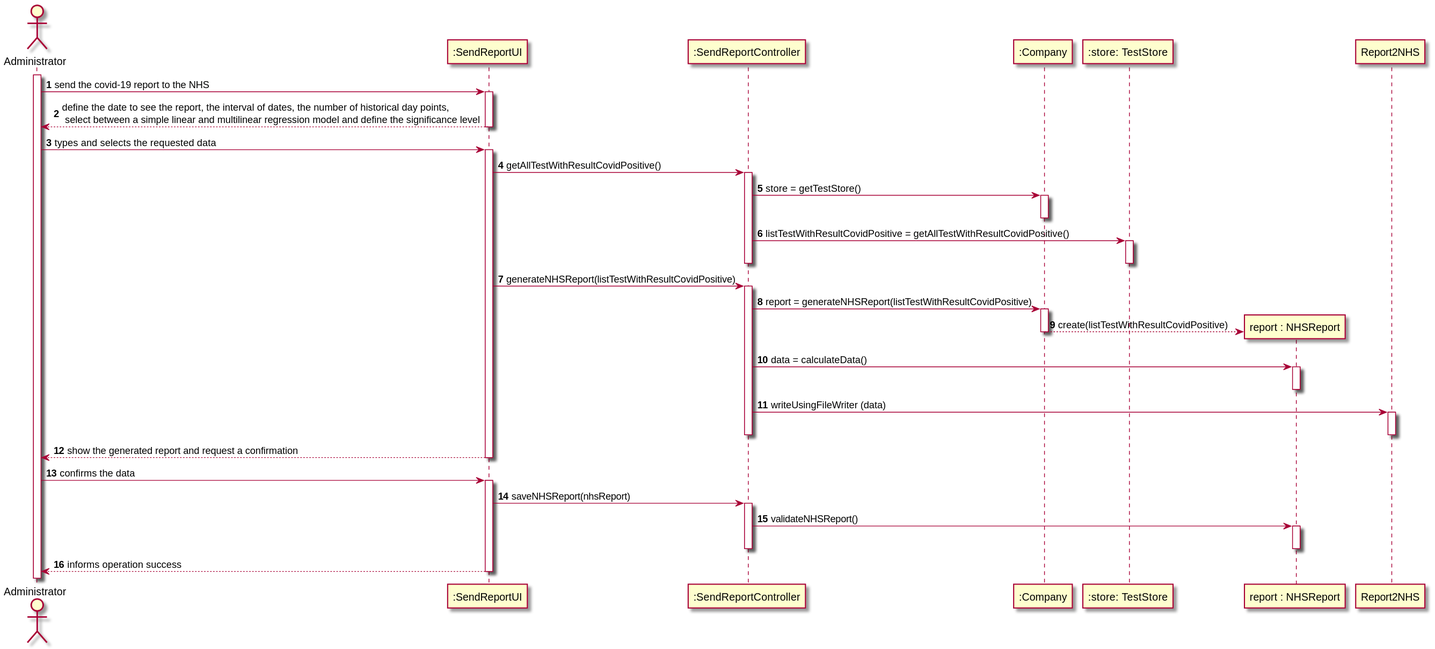
0franciscor/lei-21-s2-1de-g19 keeps this PlantUML diagram as docs/SprintD/US18/US18-SD.svg. Above is the earlier version.
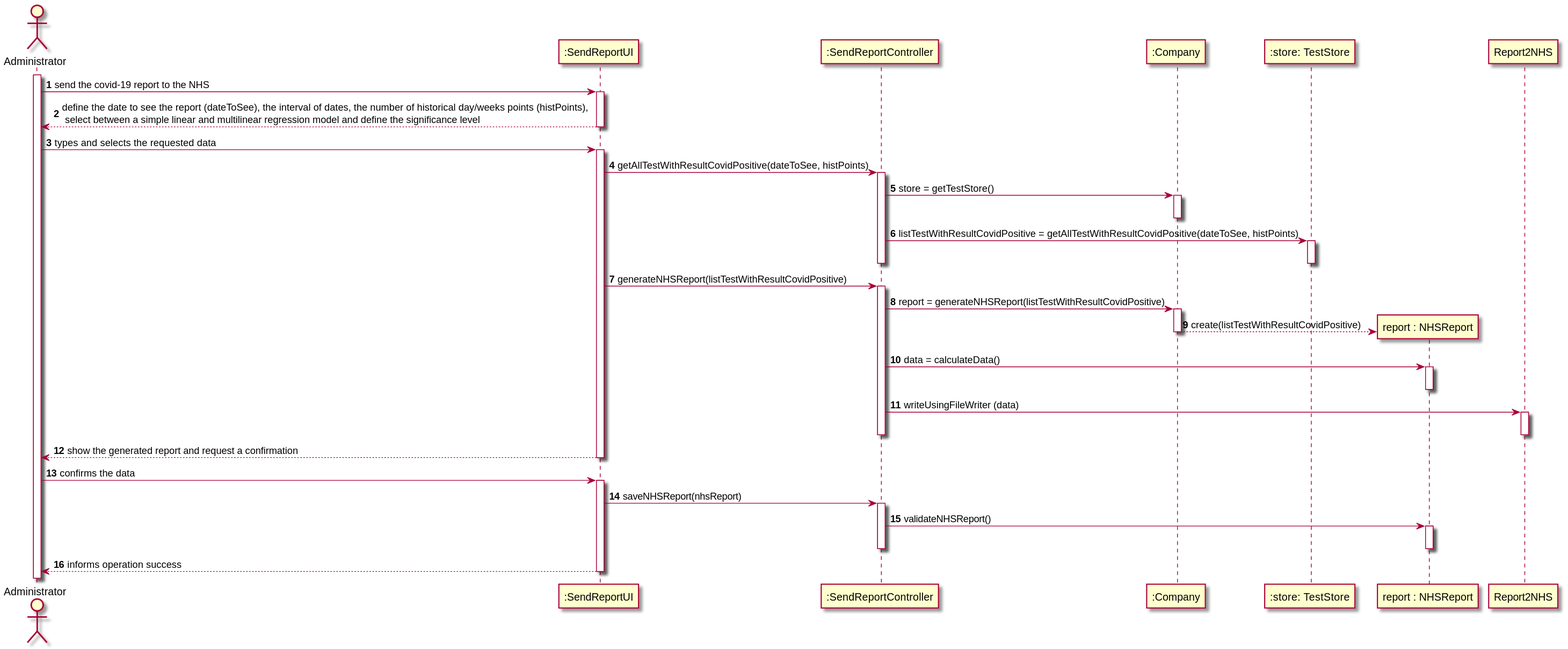
Later version of the same file.

Diff of the diagram source:
```diff
@@ -8,19 +8,19 @@
 
 A -> ":SendReportUI" : send the covid-19 report to the NHS
 activate ":SendReportUI"
-":SendReportUI" --> A: define the date to see the report, the interval of dates, the number of historical day points, \n select between a simple linear and multilinear regression model and define the significance level
+":SendReportUI" --> A: define the date to see the report (dateToSee), the interval of dates, the number of historical day/weeks points (histPoints), \n select between a simple linear and multilinear regression model and define the significance level
 deactivate ":SendReportUI"
 
 A -> ":SendReportUI" : types and selects the requested data
 activate ":SendReportUI"
-":SendReportUI" -> ":SendReportController": getAllTestWithResultCovidPositive()
+":SendReportUI" -> ":SendReportController": getAllTestWithResultCovidPositive(dateToSee, histPoints)
 
 activate ":SendReportController"
 ":SendReportController" -> ":Company" : store = getTestStore()
 activate ":Company"
 deactivate ":Company"
 
-":SendReportController" -> ":store: TestStore" : listTestWithResultCovidPositive = getAllTestWithResultCovidPositive()
+":SendReportController" -> ":store: TestStore" : listTestWithResultCovidPositive = getAllTestWithResultCovidPositive(dateToSee, histPoints)
 activate ":store: TestStore"
 deactivate ":store: TestStore"
 
```
